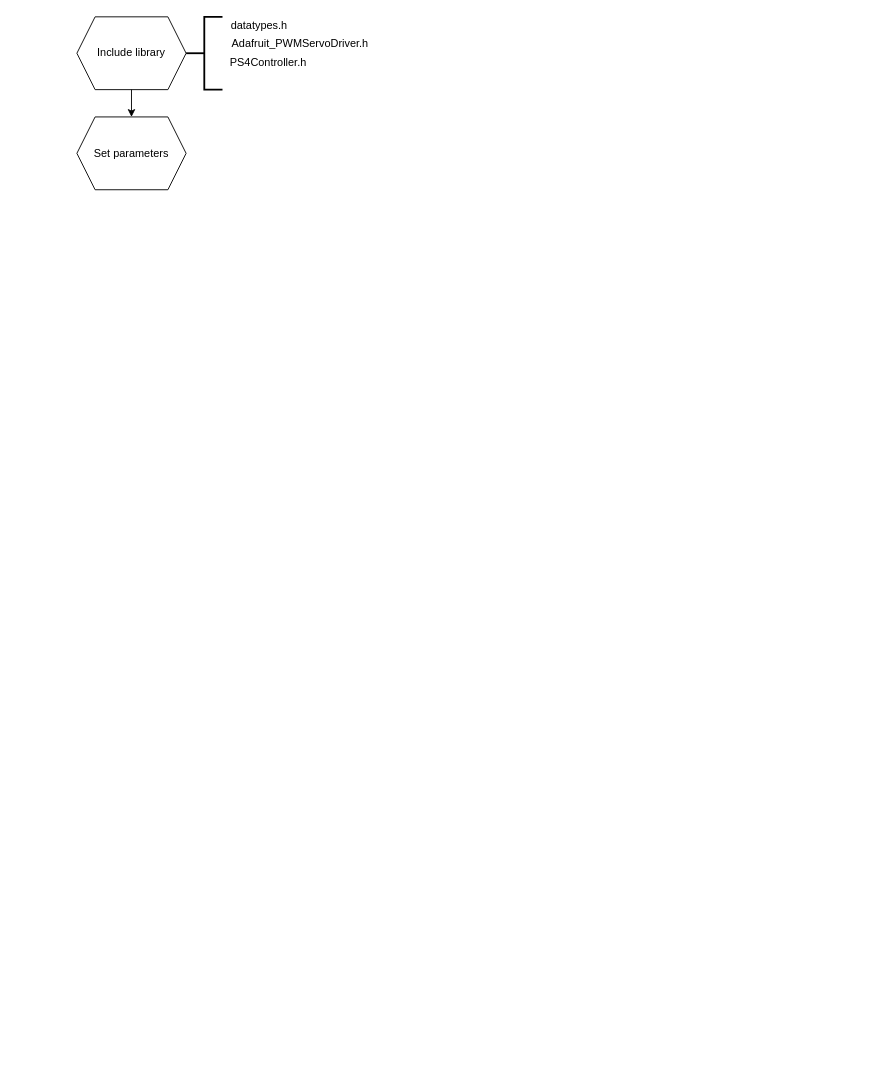
Before: Untitled Diagram.drawio in S1031506S/arduino, a draw.io diagram. Source tidied: cells renumbered, new cells numbered last; positions are measured from the earlier drawing's top-left corner, leaving out a move shared by most shapes. Both pictures are drawn from the tidied source at 91%, with x=0, y=0 at pixel (76, 16).
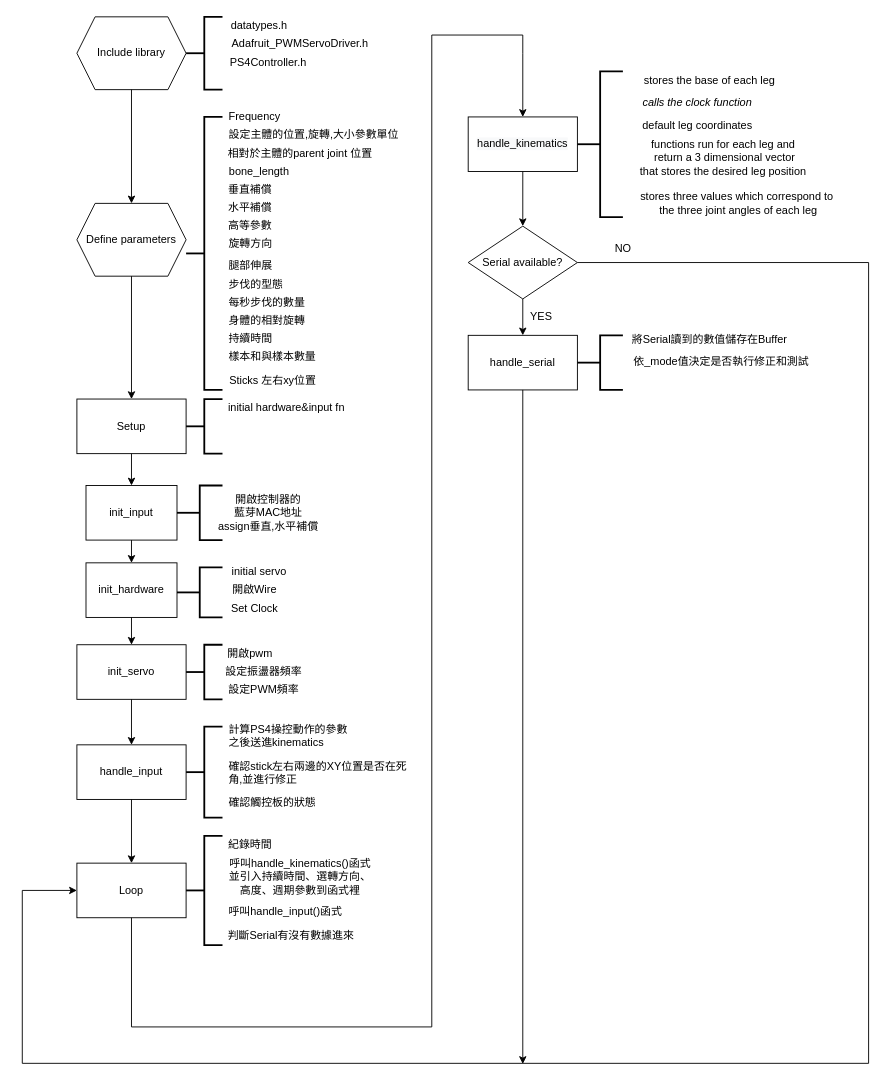
Above is the later version.

Change to the diagram source:
```diff
@@
-    <mxCell id="8" value="Set parameters" style="shape=hexagon;perimeter=hexagonPerimeter2;whiteSpace=wrap;html=1;fixedSize=1;" parent="1" vertex="1">
-      <mxGeometry y="110" width="120" height="80" as="geometry" />
+    <mxCell id="8" value="Define parameters" style="shape=hexagon;perimeter=hexagonPerimeter2;whiteSpace=wrap;html=1;fixedSize=1;" parent="1" vertex="1">
+      <mxGeometry y="205" width="120" height="80" as="geometry" />
     </mxCell>
+    <mxCell id="9" style="strokeWidth=2;html=1;shape=mxgraph.flowchart.annotation_2;align=left;labelPosition=right;" parent="1" vertex="1">
+      <mxGeometry x="120" y="110" width="40" height="300" as="geometry" />
+    </mxCell>
+    <mxCell id="10" value="Frequency" style="text;html=1;align=center;verticalAlign=middle;strokeColor=none;fillColor=none;" parent="1" vertex="1">
+      <mxGeometry x="160" y="100" width="70" height="20" as="geometry" />
+    </mxCell>
+    <mxCell id="11" value="設定主體的位置,旋轉,大小參數單位" style="text;html=1;align=center;verticalAlign=middle;strokeColor=none;fillColor=none;" parent="1" vertex="1">
+      <mxGeometry x="160" y="120" width="200" height="20" as="geometry" />
+    </mxCell>
+    <mxCell id="12" value="相對於主體的parent joint 位置" style="text;html=1;align=center;verticalAlign=middle;strokeColor=none;fillColor=none;" parent="1" vertex="1">
+      <mxGeometry x="160" y="140" width="170" height="20" as="geometry" />
+    </mxCell>
+    <mxCell id="13" value="bone_length" style="text;html=1;align=center;verticalAlign=middle;strokeColor=none;fillColor=none;" parent="1" vertex="1">
+      <mxGeometry x="160" y="160" width="80" height="20" as="geometry" />
+    </mxCell>
+    <mxCell id="14" value="垂直補償" style="text;html=1;align=center;verticalAlign=middle;strokeColor=none;fillColor=none;" parent="1" vertex="1">
+      <mxGeometry x="160" y="180" width="60" height="20" as="geometry" />
+    </mxCell>
+    <mxCell id="15" value="水平補償" style="text;html=1;align=center;verticalAlign=middle;strokeColor=none;fillColor=none;" parent="1" vertex="1">
+      <mxGeometry x="160" y="200" width="60" height="20" as="geometry" />
+    </mxCell>
+    <mxCell id="16" value="高等參數" style="text;html=1;align=center;verticalAlign=middle;strokeColor=none;fillColor=none;" parent="1" vertex="1">
+      <mxGeometry x="160" y="220" width="60" height="20" as="geometry" />
+    </mxCell>
+    <mxCell id="17" value="旋轉方向" style="text;whiteSpace=wrap;html=1;" parent="1" vertex="1">
+      <mxGeometry x="165" y="235" width="70" height="30" as="geometry" />
+    </mxCell>
+    <mxCell id="18" value="腿部伸展" style="text;whiteSpace=wrap;html=1;" parent="1" vertex="1">
+      <mxGeometry x="165" y="260" width="70" height="30" as="geometry" />
+    </mxCell>
+    <mxCell id="19" value="步伐的型態" style="text;whiteSpace=wrap;html=1;" parent="1" vertex="1">
+      <mxGeometry x="165" y="280" width="90" height="30" as="geometry" />
+    </mxCell>
+    <mxCell id="20" value="每秒步伐的數量" style="text;whiteSpace=wrap;html=1;" parent="1" vertex="1">
+      <mxGeometry x="165" y="300" width="110" height="30" as="geometry" />
+    </mxCell>
+    <mxCell id="21" value="身體的相對旋轉" style="text;whiteSpace=wrap;html=1;" parent="1" vertex="1">
+      <mxGeometry x="165" y="320" width="110" height="30" as="geometry" />
+    </mxCell>
+    <mxCell id="22" value="持續時間" style="text;whiteSpace=wrap;html=1;" parent="1" vertex="1">
+      <mxGeometry x="165" y="340" width="70" height="30" as="geometry" />
+    </mxCell>
+    <mxCell id="23" value="樣本和與樣本數量" style="text;whiteSpace=wrap;html=1;" parent="1" vertex="1">
+      <mxGeometry x="165" y="360" width="120" height="30" as="geometry" />
+    </mxCell>
+    <mxCell id="24" style="endArrow=classic;html=1;rounded=0;exitX=0.5;exitY=1;exitDx=0;exitDy=0;" parent="1" edge="1" source="8" target="25">
+      <mxGeometry relative="1" as="geometry" />
+    </mxCell>
+    <mxCell id="25" value="Setup" style="rounded=0;whiteSpace=wrap;html=1;" parent="1" vertex="1">
+      <mxGeometry y="420" width="120" height="60" as="geometry" />
+    </mxCell>
+    <mxCell id="26" style="strokeWidth=2;html=1;shape=mxgraph.flowchart.annotation_2;align=left;labelPosition=right;" parent="1" vertex="1">
+      <mxGeometry x="120" y="420" width="40" height="60" as="geometry" />
+    </mxCell>
+    <mxCell id="27" value="initial hardware&amp;amp;input fn" style="text;html=1;align=center;verticalAlign=middle;strokeColor=none;fillColor=none;" parent="1" vertex="1">
+      <mxGeometry x="160" y="420" width="140" height="20" as="geometry" />
+    </mxCell>
+    <mxCell id="28" style="endArrow=classic;html=1;rounded=0;exitX=0.5;exitY=1;exitDx=0;exitDy=0;" parent="1" edge="1" source="25" target="29">
+      <mxGeometry relative="1" as="geometry" />
+    </mxCell>
+    <mxCell id="29" value="init_input" style="rounded=0;whiteSpace=wrap;html=1;" parent="1" vertex="1">
+      <mxGeometry x="10" y="515" width="100" height="60" as="geometry" />
+    </mxCell>
+    <mxCell id="30" style="endArrow=classic;html=1;rounded=0;exitX=0.5;exitY=1;exitDx=0;exitDy=0;" parent="1" edge="1" source="29" target="31">
+      <mxGeometry relative="1" as="geometry" />
+    </mxCell>
+    <mxCell id="31" value="init_hardware" style="rounded=0;whiteSpace=wrap;html=1;" parent="1" vertex="1">
+      <mxGeometry x="10" y="600" width="100" height="60" as="geometry" />
+    </mxCell>
+    <mxCell id="32" style="strokeWidth=2;html=1;shape=mxgraph.flowchart.annotation_2;align=left;labelPosition=right;" parent="1" vertex="1">
+      <mxGeometry x="110" y="605" width="50" height="55" as="geometry" />
+    </mxCell>
+    <mxCell id="33" value="initial servo" style="text;html=1;align=center;verticalAlign=middle;strokeColor=none;fillColor=none;" parent="1" vertex="1">
+      <mxGeometry x="160" y="600" width="80" height="20" as="geometry" />
+    </mxCell>
+    <mxCell id="34" value="開啟Wire" style="text;html=1;align=center;verticalAlign=middle;strokeColor=none;fillColor=none;" parent="1" vertex="1">
+      <mxGeometry x="165" y="620" width="60" height="20" as="geometry" />
+    </mxCell>
+    <mxCell id="35" value="Set Clock" style="text;html=1;align=center;verticalAlign=middle;strokeColor=none;fillColor=none;" parent="1" vertex="1">
+      <mxGeometry x="160" y="640" width="70" height="20" as="geometry" />
+    </mxCell>
+    <mxCell id="36" style="endArrow=classic;html=1;rounded=0;exitX=0.5;exitY=1;exitDx=0;exitDy=0;" parent="1" edge="1" source="31" target="37">
+      <mxGeometry relative="1" as="geometry" />
+    </mxCell>
+    <mxCell id="37" value="init_servo" style="rounded=0;whiteSpace=wrap;html=1;" parent="1" vertex="1">
+      <mxGeometry y="690" width="120" height="60" as="geometry" />
+    </mxCell>
+    <mxCell id="38" style="strokeWidth=2;html=1;shape=mxgraph.flowchart.annotation_2;align=left;labelPosition=right;" parent="1" vertex="1">
+      <mxGeometry x="120" y="690" width="40" height="60" as="geometry" />
+    </mxCell>
+    <mxCell id="39" value="開啟pwm" style="text;html=1;align=center;verticalAlign=middle;strokeColor=none;fillColor=none;" parent="1" vertex="1">
+      <mxGeometry x="160" y="690" width="60" height="20" as="geometry" />
+    </mxCell>
+    <mxCell id="40" value="設定振盪器頻率" style="text;html=1;align=center;verticalAlign=middle;strokeColor=none;fillColor=none;" parent="1" vertex="1">
+      <mxGeometry x="155" y="710" width="100" height="20" as="geometry" />
+    </mxCell>
+    <mxCell id="41" value="設定PWM頻率" style="text;html=1;align=center;verticalAlign=middle;strokeColor=none;fillColor=none;" parent="1" vertex="1">
+      <mxGeometry x="160" y="730" width="90" height="20" as="geometry" />
+    </mxCell>
+    <mxCell id="42" value="Sticks 左右xy位置" style="text;html=1;align=center;verticalAlign=middle;strokeColor=none;fillColor=none;" parent="1" vertex="1">
+      <mxGeometry x="160" y="390" width="110" height="20" as="geometry" />
+    </mxCell>
+    <mxCell id="43" style="strokeWidth=2;html=1;shape=mxgraph.flowchart.annotation_2;align=left;labelPosition=right;" parent="1" vertex="1">
+      <mxGeometry x="110" y="515" width="50" height="60" as="geometry" />
+    </mxCell>
+    <mxCell id="44" value="&lt;span&gt;開啟控制器的&lt;br&gt;藍芽MAC地址&lt;/span&gt;&lt;br&gt;&lt;span&gt;assign垂直,水平補償&lt;/span&gt;" style="text;html=1;align=center;verticalAlign=middle;strokeColor=none;fillColor=none;" parent="1" vertex="1">
+      <mxGeometry x="145" y="520" width="130" height="50" as="geometry" />
+    </mxCell>
+    <mxCell id="45" style="endArrow=classic;html=1;rounded=0;exitX=0.5;exitY=1;exitDx=0;exitDy=0;" parent="1" edge="1" source="37" target="46">
+      <mxGeometry relative="1" as="geometry" />
+    </mxCell>
+    <mxCell id="46" value="handle_input" style="rounded=0;whiteSpace=wrap;html=1;" parent="1" vertex="1">
+      <mxGeometry y="800" width="120" height="60" as="geometry" />
+    </mxCell>
+    <mxCell id="47" style="strokeWidth=2;html=1;shape=mxgraph.flowchart.annotation_2;align=left;labelPosition=right;" parent="1" vertex="1">
+      <mxGeometry x="120" y="780" width="40" height="100" as="geometry" />
+    </mxCell>
+    <mxCell id="48" value="紀錄時間" style="text;html=1;align=center;verticalAlign=middle;strokeColor=none;fillColor=none;" parent="1" vertex="1">
+      <mxGeometry x="160" y="900" width="60" height="20" as="geometry" />
+    </mxCell>
+    <mxCell id="49" value="呼叫handle_kinematics()函式&lt;br&gt;並引入持續時間、選轉方向、&lt;br&gt;高度、週期參數到函式裡" style="text;html=1;align=center;verticalAlign=middle;strokeColor=none;fillColor=none;" parent="1" vertex="1">
+      <mxGeometry x="160" y="920" width="170" height="50" as="geometry" />
+    </mxCell>
+    <mxCell id="50" value="呼叫handle_input()函式" style="text;whiteSpace=wrap;html=1;" parent="1" vertex="1">
+      <mxGeometry x="165" y="970" width="150" height="30" as="geometry" />
+    </mxCell>
+    <mxCell id="51" value="判斷Serial有沒有數據進來" style="text;html=1;align=center;verticalAlign=middle;strokeColor=none;fillColor=none;" parent="1" vertex="1">
+      <mxGeometry x="160" y="1000" width="150" height="20" as="geometry" />
+    </mxCell>
+    <mxCell id="52" style="endArrow=classic;html=1;rounded=0;exitX=0.5;exitY=1;exitDx=0;exitDy=0;" parent="1" edge="1" source="46" target="53">
+      <mxGeometry relative="1" as="geometry" />
+    </mxCell>
+    <mxCell id="53" value="Loop" style="rounded=0;whiteSpace=wrap;html=1;" parent="1" vertex="1">
+      <mxGeometry y="930" width="120" height="60" as="geometry" />
+    </mxCell>
+    <mxCell id="54" style="strokeWidth=2;html=1;shape=mxgraph.flowchart.annotation_2;align=left;labelPosition=right;" parent="1" vertex="1">
+      <mxGeometry x="120" y="900" width="40" height="120" as="geometry" />
+    </mxCell>
+    <mxCell id="55" style="endArrow=classic;html=1;rounded=0;exitX=0.5;exitY=1;exitDx=0;exitDy=0;entryX=0.5;entryY=0;entryDx=0;entryDy=0;" parent="1" edge="1" source="53" target="56">
+      <mxGeometry relative="1" as="geometry">
+        <Array as="points">
+          <mxPoint x="60" y="1110" />
+          <mxPoint x="390" y="1110" />
+          <mxPoint x="390" y="920" />
+          <mxPoint x="390" y="20" />
+          <mxPoint x="490" y="20" />
+          <mxPoint x="490" y="40" />
+        </Array>
+      </mxGeometry>
+    </mxCell>
+    <mxCell id="56" value="&#10;&#10;&lt;span style=&quot;color: rgb(0, 0, 0); font-family: helvetica; font-size: 12px; font-style: normal; font-weight: 400; letter-spacing: normal; text-align: center; text-indent: 0px; text-transform: none; word-spacing: 0px; background-color: rgb(248, 249, 250); display: inline; float: none;&quot;&gt;handle_kinematics&lt;/span&gt;&#10;&#10;" style="rounded=0;whiteSpace=wrap;html=1;" parent="1" vertex="1">
+      <mxGeometry x="430" y="110" width="120" height="60" as="geometry" />
+    </mxCell>
+    <mxCell id="57" style="strokeWidth=2;html=1;shape=mxgraph.flowchart.annotation_2;align=left;labelPosition=right;" parent="1" vertex="1">
+      <mxGeometry x="550" y="60" width="50" height="160" as="geometry" />
+    </mxCell>
+    <mxCell id="58" value="stores the base of each leg" style="text;html=1;align=center;verticalAlign=middle;strokeColor=none;fillColor=none;" parent="1" vertex="1">
+      <mxGeometry x="615" y="60" width="160" height="20" as="geometry" />
+    </mxCell>
+    <mxCell id="59" value="calls the clock function" style="text;whiteSpace=wrap;html=1;fontStyle=2;" parent="1" vertex="1">
+      <mxGeometry x="620" y="80" width="150" height="30" as="geometry" />
+    </mxCell>
+    <mxCell id="60" value="&amp;nbsp;default leg coordinates" style="text;html=1;align=center;verticalAlign=middle;strokeColor=none;fillColor=none;" parent="1" vertex="1">
+      <mxGeometry x="610" y="110" width="140" height="20" as="geometry" />
+    </mxCell>
+    <mxCell id="61" value="functions run for each leg and&lt;br&gt;&amp;nbsp;return a 3 dimensional vector &lt;br&gt;that stores the desired leg position" style="text;html=1;align=center;verticalAlign=middle;strokeColor=none;fillColor=none;" parent="1" vertex="1">
+      <mxGeometry x="610" y="130" width="200" height="50" as="geometry" />
+    </mxCell>
+    <mxCell id="62" value="stores three values which correspond to&lt;br&gt;&amp;nbsp;the three joint angles of each leg" style="text;html=1;align=center;verticalAlign=middle;strokeColor=none;fillColor=none;" parent="1" vertex="1">
+      <mxGeometry x="610" y="190" width="230" height="30" as="geometry" />
+    </mxCell>
+    <mxCell id="63" value="計算PS4操控動作的參數&lt;br&gt;之後送進kinematics" style="text;whiteSpace=wrap;html=1;" parent="1" vertex="1">
+      <mxGeometry x="165" y="770" width="260" height="30" as="geometry" />
+    </mxCell>
+    <mxCell id="64" value="確認stick左右兩邊的XY位置是否在死角,並進行修正" style="text;whiteSpace=wrap;html=1;" parent="1" vertex="1">
+      <mxGeometry x="165" y="810" width="200" height="30" as="geometry" />
+    </mxCell>
+    <mxCell id="65" value="確認觸控板的狀態" style="text;whiteSpace=wrap;html=1;" parent="1" vertex="1">
+      <mxGeometry x="165" y="850" width="120" height="30" as="geometry" />
+    </mxCell>
+    <mxCell id="66" style="endArrow=classic;html=1;rounded=0;exitX=0.5;exitY=1;exitDx=0;exitDy=0;" parent="1" edge="1" source="56" target="67">
+      <mxGeometry relative="1" as="geometry" />
+    </mxCell>
+    <mxCell id="67" value="Serial available?" style="rhombus;whiteSpace=wrap;html=1;" parent="1" vertex="1">
+      <mxGeometry x="430" y="230" width="120" height="80" as="geometry" />
+    </mxCell>
+    <mxCell id="68" style="endArrow=classic;html=1;rounded=0;exitX=0.5;exitY=1;exitDx=0;exitDy=0;" parent="1" edge="1" source="67">
+      <mxGeometry relative="1" as="geometry">
+        <mxPoint x="490" y="350" as="targetPoint" />
+      </mxGeometry>
+    </mxCell>
+    <mxCell id="69" value="YES" style="text;html=1;align=center;verticalAlign=middle;strokeColor=none;fillColor=none;" parent="1" vertex="1">
+      <mxGeometry x="490" y="320" width="40" height="20" as="geometry" />
+    </mxCell>
+    <mxCell id="70" value="handle_serial" style="rounded=0;whiteSpace=wrap;html=1;" parent="1" vertex="1">
+      <mxGeometry x="430" y="350" width="120" height="60" as="geometry" />
+    </mxCell>
+    <mxCell id="71" style="strokeWidth=2;html=1;shape=mxgraph.flowchart.annotation_2;align=left;labelPosition=right;" parent="1" vertex="1">
+      <mxGeometry x="550" y="350" width="50" height="60" as="geometry" />
+    </mxCell>
+    <mxCell id="72" value="將Serial讀到的數值儲存在Buffer" style="text;html=1;align=center;verticalAlign=middle;strokeColor=none;fillColor=none;" parent="1" vertex="1">
+      <mxGeometry x="600" y="345" width="190" height="20" as="geometry" />
+    </mxCell>
+    <mxCell id="73" value="依_mode值決定是否執行修正和測試" style="text;whiteSpace=wrap;html=1;" parent="1" vertex="1">
+      <mxGeometry x="610" y="365" width="200" height="30" as="geometry" />
+    </mxCell>
+    <mxCell id="74" style="endArrow=classic;html=1;rounded=0;exitX=1;exitY=0.5;exitDx=0;exitDy=0;entryX=0;entryY=0.5;entryDx=0;entryDy=0;" parent="1" edge="1" source="67" target="53">
+      <mxGeometry relative="1" as="geometry">
+        <Array as="points">
+          <mxPoint x="870" y="270" />
+          <mxPoint x="870" y="1150" />
+          <mxPoint x="-60" y="1150" />
+          <mxPoint x="-60" y="960" />
+        </Array>
+      </mxGeometry>
+    </mxCell>
+    <mxCell id="75" value="NO" style="text;html=1;align=center;verticalAlign=middle;strokeColor=none;fillColor=none;" parent="1" vertex="1">
+      <mxGeometry x="585" y="245" width="30" height="20" as="geometry" />
+    </mxCell>
+    <mxCell id="76" style="endArrow=classic;html=1;rounded=0;exitX=0.5;exitY=1;exitDx=0;exitDy=0;" parent="1" edge="1" source="70">
+      <mxGeometry relative="1" as="geometry">
+        <mxPoint x="490" y="1150.7" as="targetPoint" />
+      </mxGeometry>
+    </mxCell>
```
